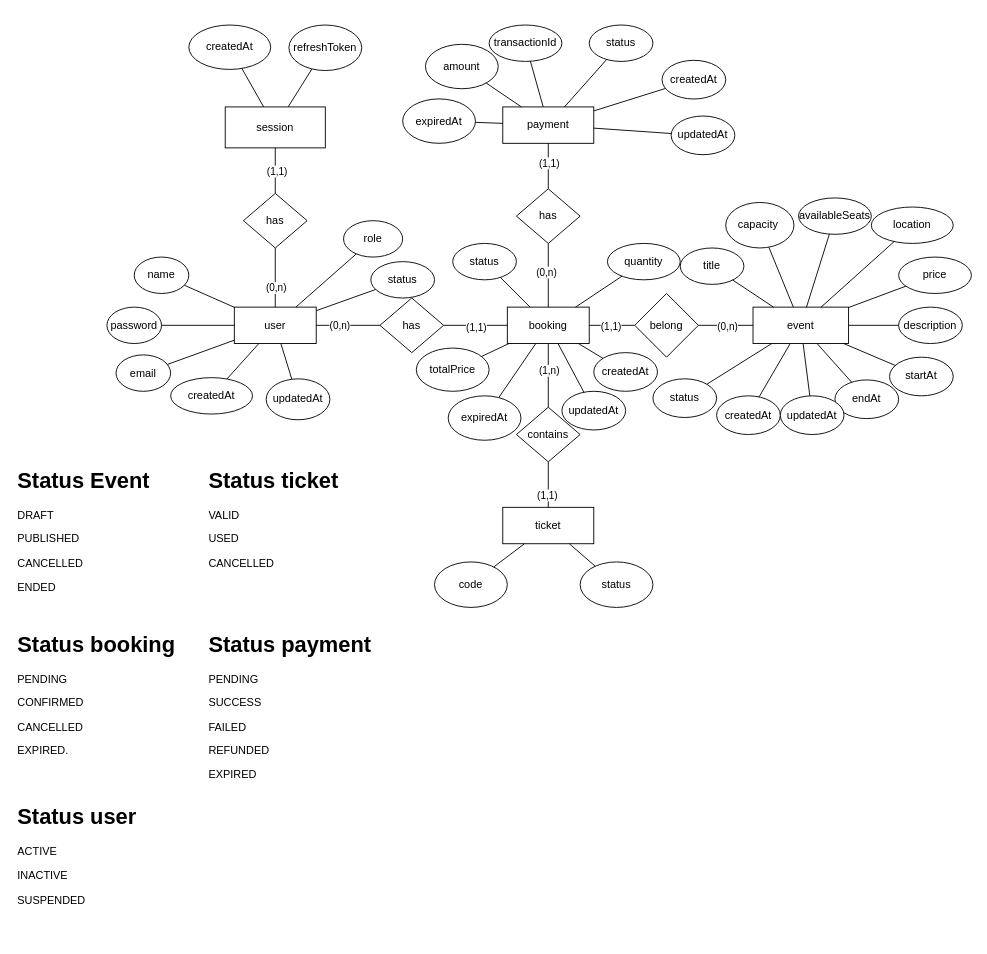
Earlier version of the draw.io diagram docs/erd.drawio (Cuongzip/event-booking-api). Source tidied: cells renumbered, new cells numbered last; positions are measured from the earlier drawing's top-left corner, leaving out a move shared by most shapes. Both pictures are drawn from the tidied source at 91%, with x=0, y=0 at pixel (15, 25).
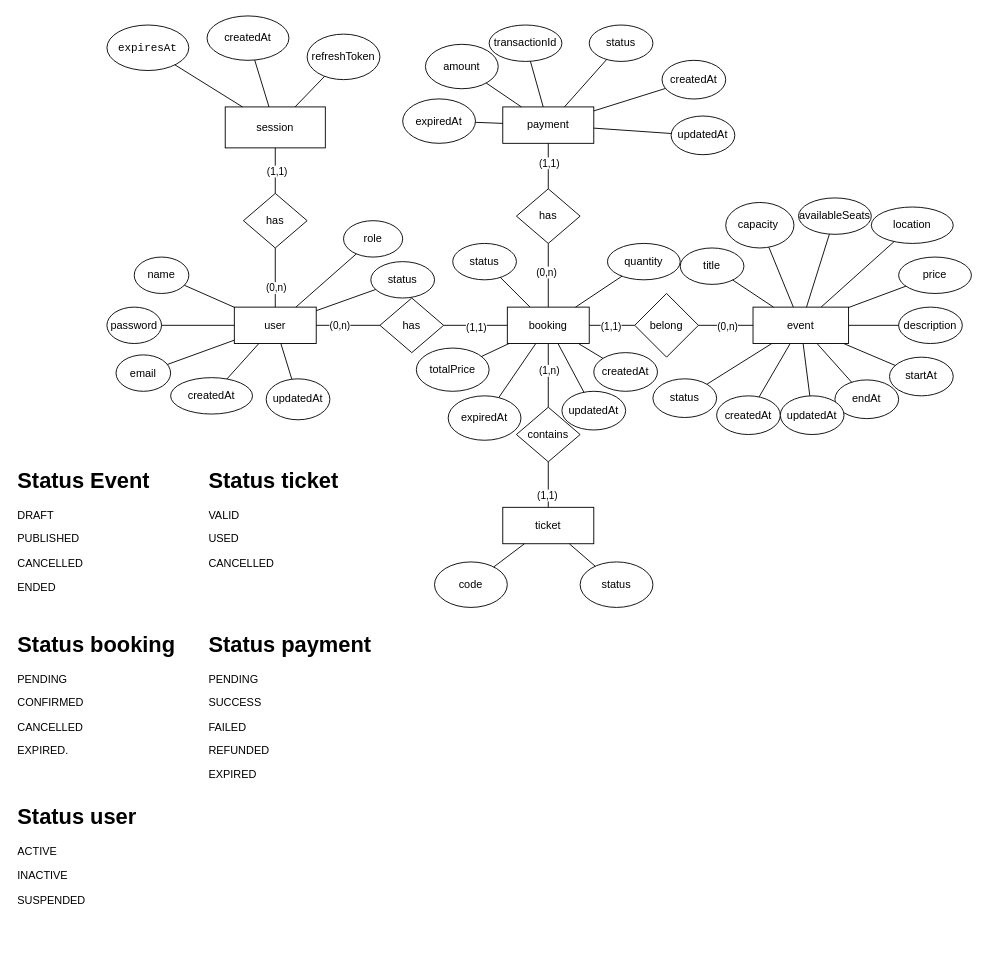
Above is the later version.

The change refers to these unchanged cells:
```xml
<mxCell id="96" value="session" style="rounded=0;whiteSpace=wrap;html=1;" parent="1" vertex="1">
  <mxGeometry x="230" y="90" width="110" height="45" as="geometry" />
</mxCell>
```

Change to the diagram source:
```diff
@@
     <mxCell id="102" value="refreshToken" style="ellipse;whiteSpace=wrap;html=1;" parent="1" vertex="1">
-      <mxGeometry x="300" width="80" height="50" as="geometry" />
+      <mxGeometry x="320" y="10" width="80" height="50" as="geometry" />
     </mxCell>
@@
     <mxCell id="104" value="createdAt" style="ellipse;whiteSpace=wrap;html=1;" parent="1" vertex="1">
-      <mxGeometry x="190" width="90" height="48.8" as="geometry" />
+      <mxGeometry x="210" y="-10" width="90" height="48.8" as="geometry" />
     </mxCell>
@@
+    <mxCell id="106" value="&lt;code&gt;expiresAt&lt;/code&gt;" style="ellipse;whiteSpace=wrap;html=1;" parent="1" vertex="1">
+      <mxGeometry x="100" width="90" height="50" as="geometry" />
+    </mxCell>
+    <mxCell id="107" style="endArrow=none;html=1;rounded=0;" parent="1" edge="1" source="106" target="96">
+      <mxGeometry relative="1" as="geometry" />
+    </mxCell>
```
